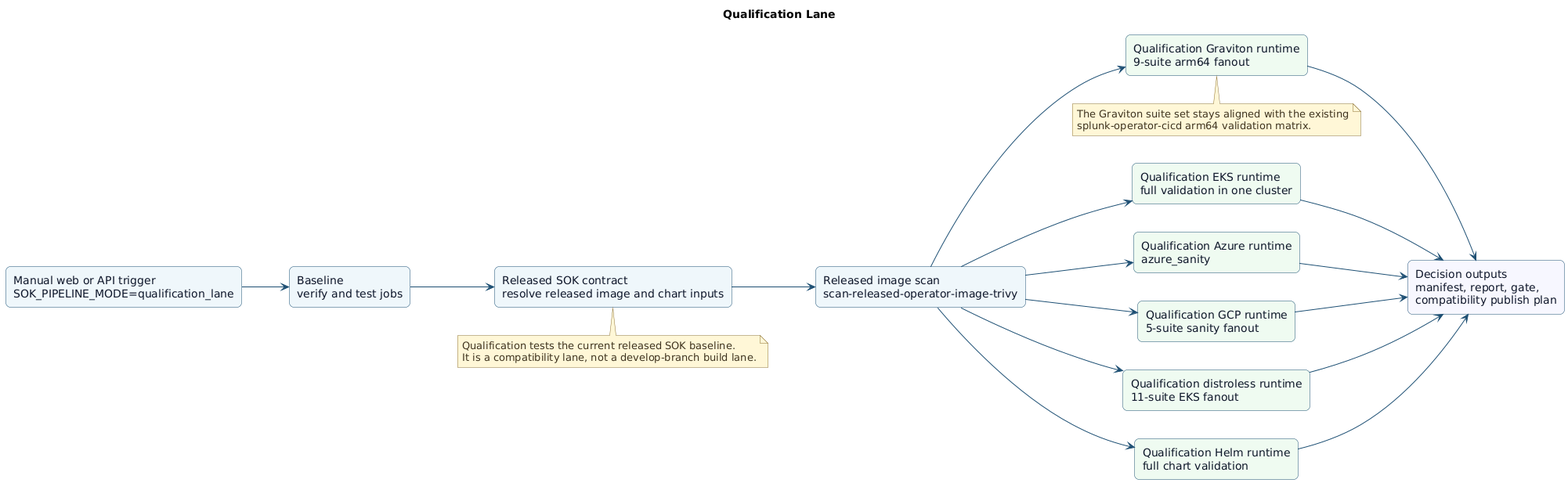
splunk/splunk-operator keeps this PlantUML diagram as gitlab-ci/diagrams/qualification-lane-target.png. Above is the earlier version.
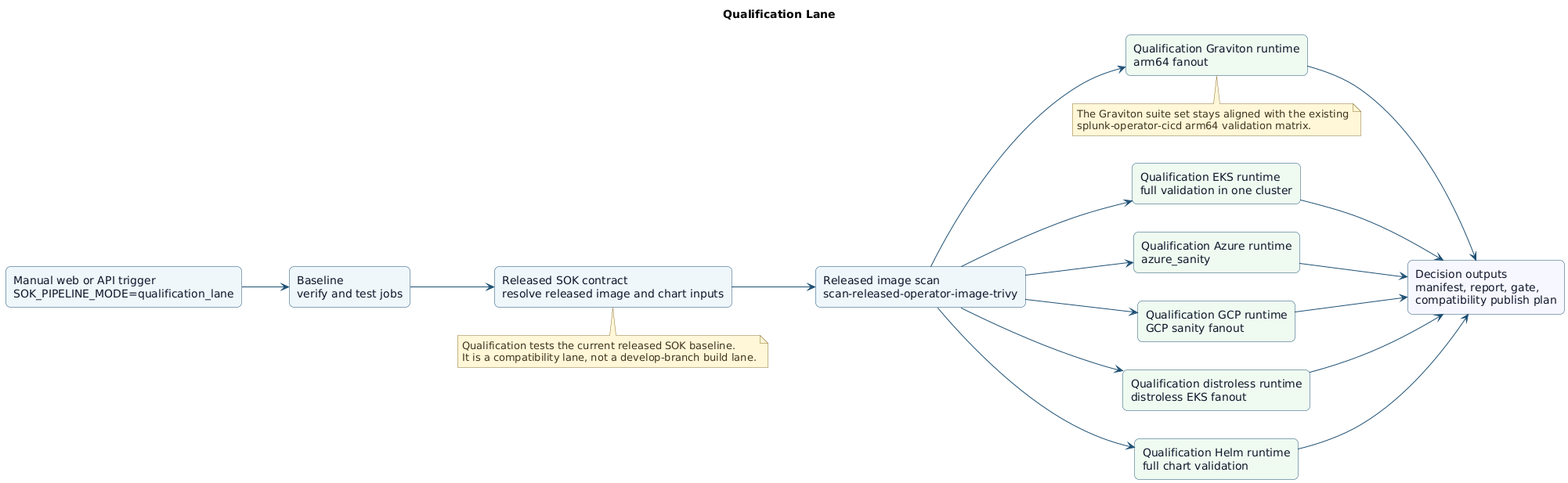
The same file after the commit.

The edit, as a diff of the source:
```diff
@@ -23,9 +23,9 @@
 rectangle "Released image scan\nscan-released-operator-image-trivy" as scan
 rectangle "Qualification EKS runtime\nfull validation in one cluster" as runtime_eks #eefbf1
 rectangle "Qualification Azure runtime\nazure_sanity" as runtime_azure #eefbf1
-rectangle "Qualification GCP runtime\n5-suite sanity fanout" as runtime_gcp #eefbf1
-rectangle "Qualification distroless runtime\n11-suite EKS fanout" as runtime_distroless #eefbf1
-rectangle "Qualification Graviton runtime\n9-suite arm64 fanout" as runtime_graviton #eefbf1
+rectangle "Qualification GCP runtime\nGCP sanity fanout" as runtime_gcp #eefbf1
+rectangle "Qualification distroless runtime\ndistroless EKS fanout" as runtime_distroless #eefbf1
+rectangle "Qualification Graviton runtime\narm64 fanout" as runtime_graviton #eefbf1
 rectangle "Qualification Helm runtime\nfull chart validation" as runtime_helm #eefbf1
 rectangle "Decision outputs\nmanifest, report, gate,\ncompatibility publish plan" as report #f7f7ff
 
```
